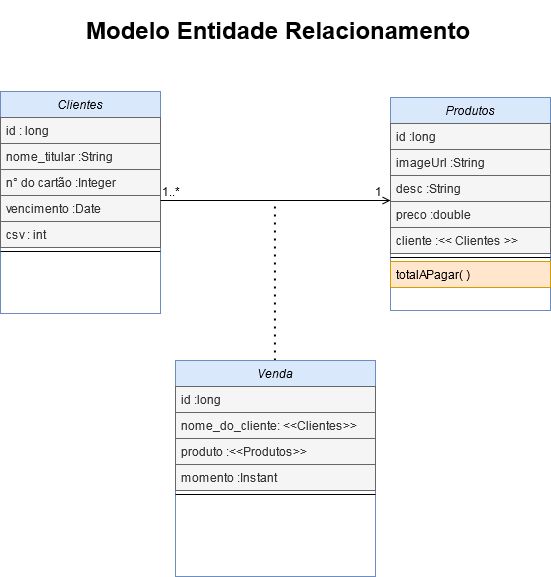
This is arquitetura e projeto/arquitetura/MER/diagrama de classes uml.png from Leozin89python/store-engine-project, a draw.io export, as it was before one commit. Source tidied: cells renumbered, new cells last; positions are measured from the earlier drawing's top-left corner, leaving out a move shared by most shapes.
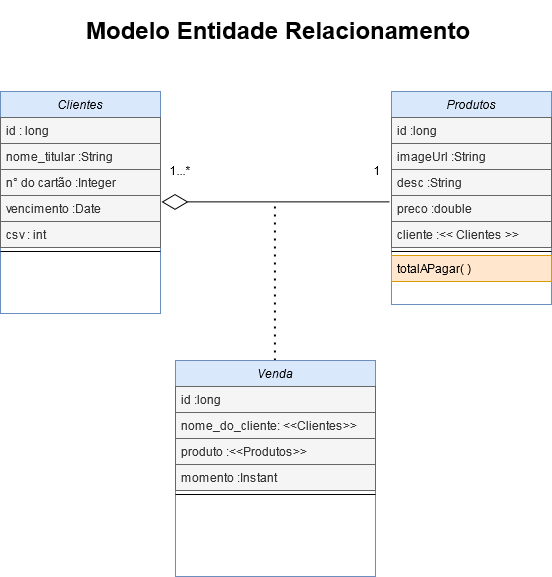
After the commit.

Commit message:
store-project-api-version~1.1.20

What changed in the source:
```diff
@@ -2,6 +2,12 @@
   <root>
     <mxCell id="0" />
     <mxCell id="1" parent="0" />
+    <mxCell id="28" style="endArrow=diamondThin;endFill=0;endSize=24;html=1;rounded=0;edgeStyle=orthogonalEdgeStyle;shadow=0;sketch=0;" parent="1" edge="1">
+      <mxGeometry relative="1" as="geometry">
+        <mxPoint x="389" y="321.4" as="sourcePoint" />
+        <mxPoint x="161" y="321.4" as="targetPoint" />
+      </mxGeometry>
+    </mxCell>
     <mxCell id="2" value="Clientes" style="swimlane;fontStyle=2;align=center;verticalAlign=top;horizontal=1;startSize=26;rounded=0;shadow=0;strokeWidth=1;fillColor=#dae8fc;strokeColor=#6c8ebf;" parent="1" vertex="1">
       <mxGeometry y="211" width="160" height="222" as="geometry" />
     </mxCell>
@@ -24,7 +30,7 @@
       <mxGeometry y="156" width="160" height="8" as="geometry" />
     </mxCell>
     <mxCell id="9" value="Produtos" style="swimlane;fontStyle=2;align=center;verticalAlign=top;horizontal=1;startSize=26;rounded=0;shadow=0;strokeWidth=1;fillColor=#dae8fc;strokeColor=#6c8ebf;" parent="1" vertex="1">
-      <mxGeometry x="390" y="217" width="160" height="213" as="geometry" />
+      <mxGeometry x="391" y="211" width="160" height="213" as="geometry" />
     </mxCell>
     <mxCell id="10" value="id :long" style="text;align=left;verticalAlign=top;spacingLeft=4;spacingRight=4;overflow=hidden;fillColor=#f5f5f5;strokeColor=#666666;fontColor=#333333;" parent="9" vertex="1">
       <mxGeometry y="26" width="160" height="26" as="geometry" />
@@ -47,26 +53,6 @@
     <mxCell id="16" value="totalAPagar( )" style="text;align=left;verticalAlign=top;spacingLeft=4;spacingRight=4;overflow=hidden;fillColor=#ffe6cc;strokeColor=#d79b00;" parent="9" vertex="1">
       <mxGeometry y="164" width="160" height="26" as="geometry" />
     </mxCell>
-    <mxCell id="17" style="endArrow=open;shadow=0;strokeWidth=1;rounded=0;endFill=1;edgeStyle=elbowEdgeStyle;elbow=vertical;" parent="1" edge="1" source="2" target="9">
-      <mxGeometry x="0.5" y="41" relative="1" as="geometry">
-        <Array as="points">
-          <mxPoint x="251" y="320" />
-          <mxPoint x="471" y="160" />
-          <mxPoint x="501" />
-          <mxPoint x="441" />
-          <mxPoint x="251" y="72" />
-        </Array>
-        <mxPoint x="-40" y="32" as="offset" />
-      </mxGeometry>
-    </mxCell>
-    <mxCell id="18" value="1..*" style="align=left;verticalAlign=bottom;labelBackgroundColor=none;fontSize=12;" parent="17" vertex="1">
-      <mxGeometry x="-1" relative="1" as="geometry" />
-    </mxCell>
-    <mxCell id="19" value="1" style="align=right;verticalAlign=bottom;labelBackgroundColor=none;fontSize=12;" parent="17" vertex="1">
-      <mxGeometry x="1" relative="1" as="geometry">
-        <mxPoint x="-7" as="offset" />
-      </mxGeometry>
-    </mxCell>
     <mxCell id="20" style="endArrow=none;dashed=1;html=1;dashPattern=1 3;strokeWidth=2;" parent="1" edge="1">
       <mxGeometry relative="1" as="geometry">
         <mxPoint x="274.4" y="480" as="sourcePoint" />
@@ -94,5 +80,11 @@
     <mxCell id="27" style="line;html=1;strokeWidth=1;align=left;verticalAlign=middle;spacingTop=-1;spacingLeft=3;spacingRight=3;labelPosition=right;" parent="22" vertex="1">
       <mxGeometry y="130" width="200" height="8" as="geometry" />
     </mxCell>
+    <mxCell id="29" value="1...*" style="text;html=1;strokeColor=none;fillColor=none;align=center;verticalAlign=middle;whiteSpace=wrap;rounded=0;" parent="1" vertex="1">
+      <mxGeometry x="160" y="280" width="40" height="20" as="geometry" />
+    </mxCell>
+    <mxCell id="19" value="&amp;nbsp;&amp;nbsp;&amp;nbsp; 1" style="text;html=1;strokeColor=none;fillColor=none;align=center;verticalAlign=middle;whiteSpace=wrap;rounded=0;" parent="1" vertex="1">
+      <mxGeometry x="351" y="280" width="40" height="20" as="geometry" />
+    </mxCell>
   </root>
 </mxGraphModel>
```
